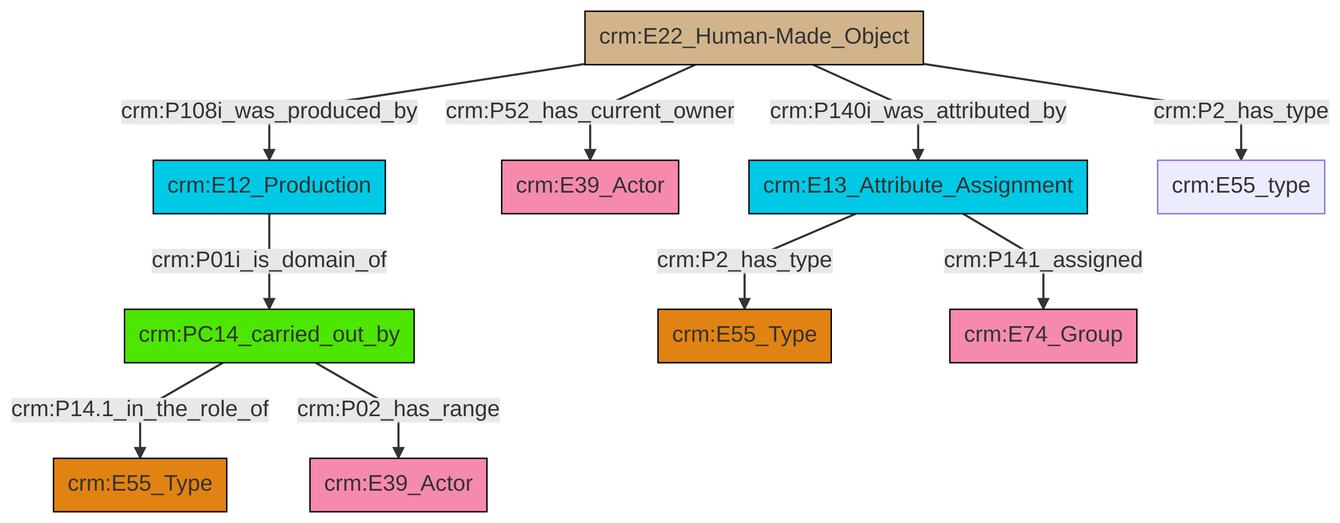
Before: et/builtWorkCSV/ttl/mmd/png/Built_Work_actor_relations.png, a diagram exported from Mermaid (swiss-art-research-net/docs.swissartresearch). Its source is kept beside it as et/builtWorkCSV/ttl/mmd/Built_Work_actor_relations.ttl.mmd.
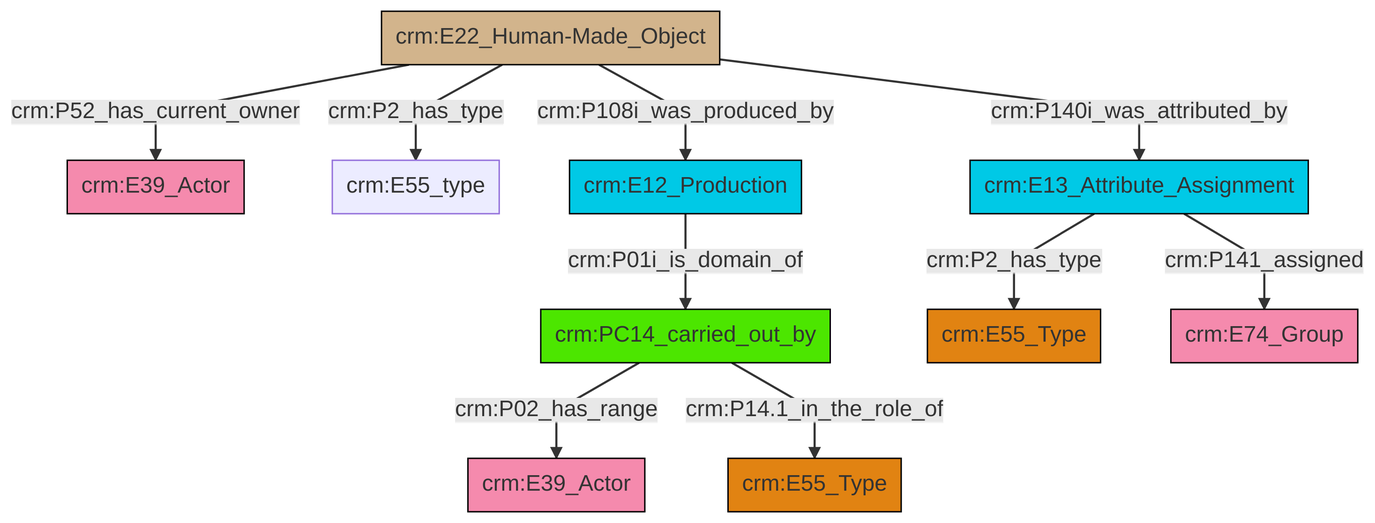
The same diagram one commit later.

Diff of the diagram source:
```diff
@@ -13,12 +13,12 @@
 classDef PC_Classes fill:#4ce600, stroke:#000000;
 classDef Multi fill:#cccccc,stroke:#000000;
 
-2["crm:PC14_carried_out_by"]:::PC_Classes -->|crm:P14.1_in_the_role_of| 0["crm:E55_Type"]:::Type
-5["crm:E22_Human-Made_Object"]:::Physical_Thing -->|crm:P108i_was_produced_by| 3["crm:E12_Production"]:::Temporal_Entity
-10["crm:E13_Attribute_Assignment"]:::Temporal_Entity -->|crm:P2_has_type| 11["crm:E55_Type"]:::Type
-3["crm:E12_Production"]:::Temporal_Entity -->|crm:P01i_is_domain_of| 2["crm:PC14_carried_out_by"]:::PC_Classes
-2["crm:PC14_carried_out_by"]:::PC_Classes -->|crm:P02_has_range| 15["crm:E39_Actor"]:::Actor
-5["crm:E22_Human-Made_Object"]:::Physical_Thing -->|crm:P2_has_type| 17["crm:E55_type"]:::Default
-10["crm:E13_Attribute_Assignment"]:::Temporal_Entity -->|crm:P141_assigned| 13["crm:E74_Group"]:::Actor
-5["crm:E22_Human-Made_Object"]:::Physical_Thing -->|crm:P140i_was_attributed_by| 10["crm:E13_Attribute_Assignment"]:::Temporal_Entity
-5["crm:E22_Human-Made_Object"]:::Physical_Thing -->|crm:P52_has_current_owner| 8["crm:E39_Actor"]:::Actor
+0["crm:PC14_carried_out_by"]:::PC_Classes -->|crm:P02_has_range| 1["crm:E39_Actor"]:::Actor
+8["crm:E22_Human-Made_Object"]:::Physical_Thing -->|crm:P2_has_type| 10["crm:E55_type"]:::Default
+8["crm:E22_Human-Made_Object"]:::Physical_Thing -->|crm:P52_has_current_owner| 4["crm:E39_Actor"]:::Actor
+8["crm:E22_Human-Made_Object"]:::Physical_Thing -->|crm:P108i_was_produced_by| 13["crm:E12_Production"]:::Temporal_Entity
+8["crm:E22_Human-Made_Object"]:::Physical_Thing -->|crm:P140i_was_attributed_by| 11["crm:E13_Attribute_Assignment"]:::Temporal_Entity
+11["crm:E13_Attribute_Assignment"]:::Temporal_Entity -->|crm:P141_assigned| 6["crm:E74_Group"]:::Actor
+13["crm:E12_Production"]:::Temporal_Entity -->|crm:P01i_is_domain_of| 0["crm:PC14_carried_out_by"]:::PC_Classes
+0["crm:PC14_carried_out_by"]:::PC_Classes -->|crm:P14.1_in_the_role_of| 15["crm:E55_Type"]:::Type
+11["crm:E13_Attribute_Assignment"]:::Temporal_Entity -->|crm:P2_has_type| 2["crm:E55_Type"]:::Type
```
